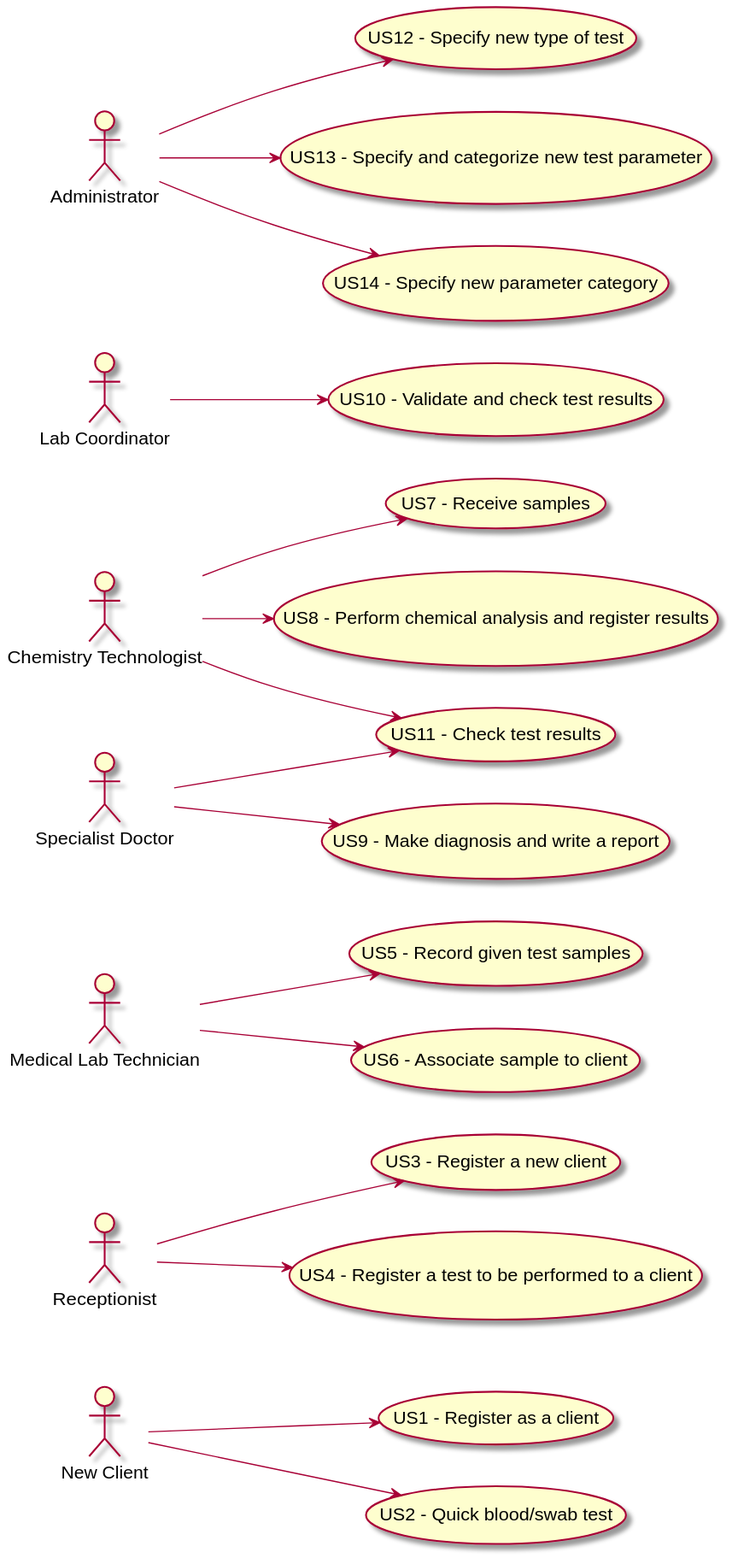
Before: docs/SprintA/UCD.svg, a diagram exported from PlantUML (0franciscor/lei-21-s2-1de-g19).
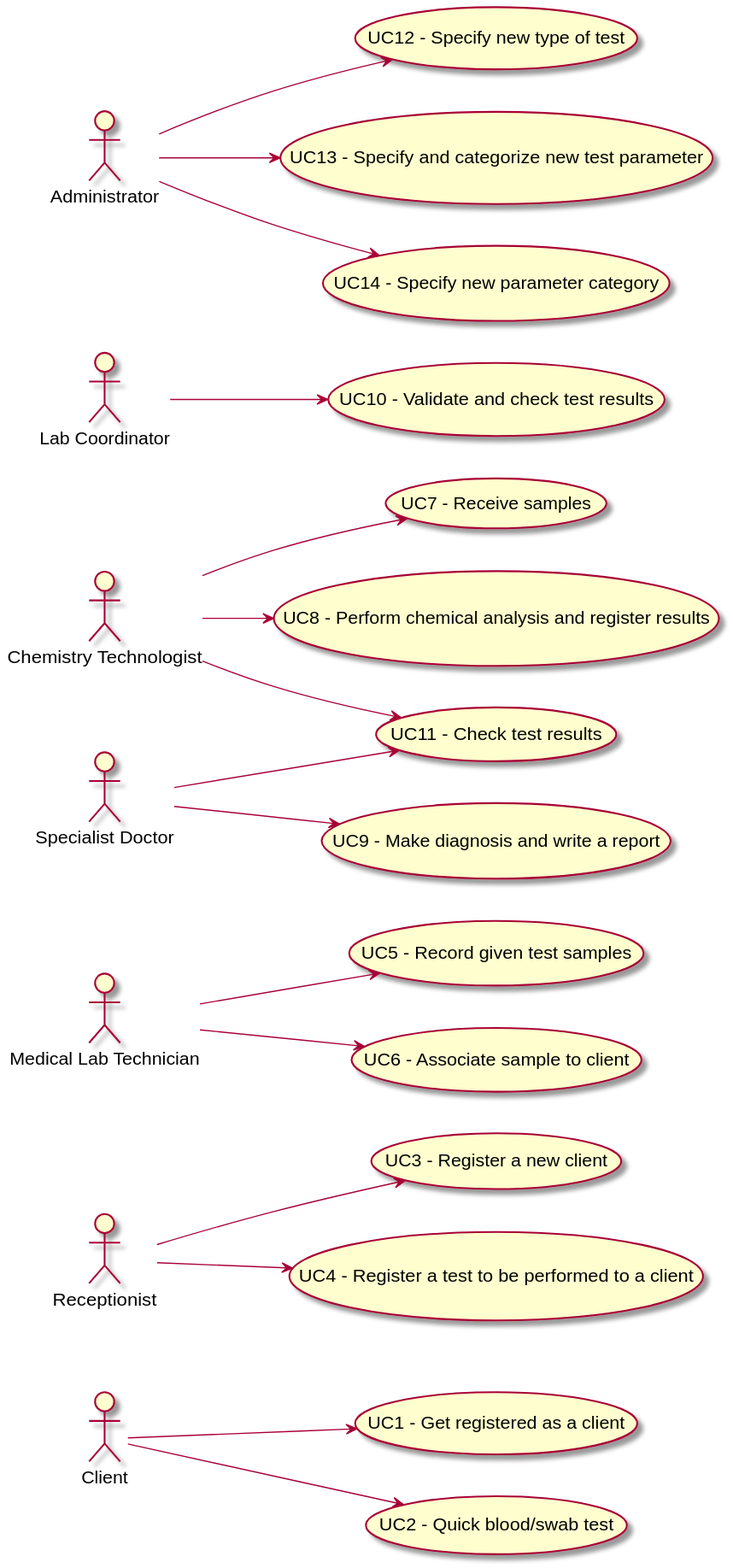
After the change.

Commit message:
UCD atualizações

Diff of the diagram source:
```diff
@@ -1,20 +1,20 @@
 @startuml
-usecase US1 as "US1 - Register as a client"
-usecase US2 as "US2 - Quick blood/swab test"
-usecase US3 as "US3 - Register a new client"
-usecase US4 as "US4 - Register a test to be performed to a client"
-usecase US5 as "US5 - Record given test samples"
-usecase US6 as "US6 - Associate sample to client"
-usecase US7 as "US7 - Receive samples"
-usecase US8 as "US8 - Perform chemical analysis and register results"
-usecase US9 as "US9 - Make diagnosis and write a report"
-usecase US10 as "US10 - Validate and check test results"
-usecase US11 as "US11 - Check test results"
-usecase US12 as "US12 - Specify new type of test"
-usecase US13 as "US13 - Specify and categorize new test parameter"
-usecase US14 as "US14 - Specify new parameter category"
+usecase UC1 as "UC1 - Get registered as a client"
+usecase UC2 as "UC2 - Quick blood/swab test"
+usecase UC3 as "UC3 - Register a new client"
+usecase UC4 as "UC4 - Register a test to be performed to a client"
+usecase UC5 as "UC5 - Record given test samples"
+usecase UC6 as "UC6 - Associate sample to client"
+usecase UC7 as "UC7 - Receive samples"
+usecase UC8 as "UC8 - Perform chemical analysis and register results"
+usecase UC9 as "UC9 - Make diagnosis and write a report"
+usecase UC10 as "UC10 - Validate and check test results"
+usecase UC11 as "UC11 - Check test results"
+usecase UC12 as "UC12 - Specify new type of test"
+usecase UC13 as "UC13 - Specify and categorize new test parameter"
+usecase UC14 as "UC14 - Specify new parameter category"
 
-actor "New Client" as NC
+actor "Client" as C
 actor "Receptionist" as RCP
 actor "Medical Lab Technician" as MLT
 actor "Chemistry Technologist" as CT
@@ -24,25 +24,25 @@
 
 
 left to right direction
-NC -->(US1)
-NC -->(US2)
+C -->(UC1)
+C -->(UC2)
 
-RCP -->(US3)
-RCP -->(US4)
+RCP -->(UC3)
+RCP -->(UC4)
 
-MLT -->(US5)
-MLT -->(US6)
+MLT -->(UC5)
+MLT -->(UC6)
 
-CT -->(US7)
-CT -->(US8)
-CT -->(US11)
+CT -->(UC7)
+CT -->(UC8)
+CT -->(UC11)
 
-SD -->(US9)
-SD -->(US11)
+SD -->(UC9)
+SD -->(UC11)
 
-LC--> (US10)
+LC--> (UC10)
 
-ADM -->(US12)
-ADM -->(US13)
-ADM -->(US14)
+ADM -->(UC12)
+ADM -->(UC13)
+ADM -->(UC14)
 @enduml
```
